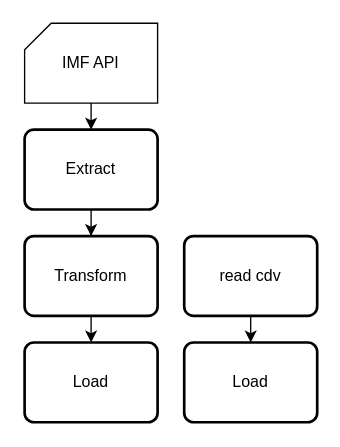
Before: page "페이지-2" (2 of 2) of W1/M3/etl flow chart.drawio in tlsdbstjr/DataEngineering, a draw.io diagram. Source tidied: cells renumbered, new cells numbered last; positions are measured from the earlier drawing's top-left corner, leaving out a move shared by most shapes. Both pictures are drawn from the tidied source at 133%, with x=0, y=0 at pixel (24, 23).
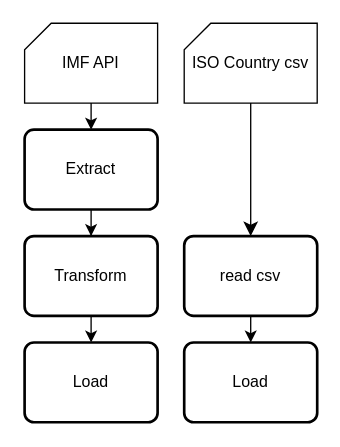
After the change.

Diff of the diagram source:
```diff
@@
 <mxGraphModel>
   <root>
     <mxCell id="0" />
     <mxCell id="1" parent="0" />
     <mxCell id="2" style="edgeStyle=orthogonalEdgeStyle;rounded=0;jettySize=auto;html=1;" parent="1" edge="1" source="3" target="5">
       <mxGeometry relative="1" as="geometry" />
     </mxCell>
     <mxCell id="3" value="Extract" style="rounded=1;whiteSpace=wrap;html=1;absoluteArcSize=1;arcSize=14;strokeWidth=2;" parent="1" vertex="1">
       <mxGeometry y="80" width="100" height="60" as="geometry" />
     </mxCell>
     <mxCell id="4" style="edgeStyle=orthogonalEdgeStyle;rounded=0;jettySize=auto;html=1;exitX=0.5;exitY=1;exitDx=0;exitDy=0;entryX=0.5;entryY=0;entryDx=0;entryDy=0;" parent="1" edge="1" source="5" target="6">
       <mxGeometry relative="1" as="geometry" />
     </mxCell>
     <mxCell id="5" value="Transform" style="rounded=1;whiteSpace=wrap;html=1;absoluteArcSize=1;arcSize=14;strokeWidth=2;" parent="1" vertex="1">
       <mxGeometry y="160" width="100" height="60" as="geometry" />
     </mxCell>
     <mxCell id="6" value="Load" style="rounded=1;whiteSpace=wrap;html=1;absoluteArcSize=1;arcSize=14;strokeWidth=2;" parent="1" vertex="1">
       <mxGeometry y="240" width="100" height="60" as="geometry" />
     </mxCell>
     <mxCell id="7" style="edgeStyle=orthogonalEdgeStyle;rounded=0;jettySize=auto;html=1;exitX=0.5;exitY=1;exitDx=0;exitDy=0;entryX=0.5;entryY=0;entryDx=0;entryDy=0;" parent="1" edge="1" source="8" target="9">
       <mxGeometry relative="1" as="geometry" />
     </mxCell>
-    <mxCell id="8" value="read cdv" style="rounded=1;whiteSpace=wrap;html=1;absoluteArcSize=1;arcSize=14;strokeWidth=2;" parent="1" vertex="1">
+    <mxCell id="8" value="read csv" style="rounded=1;whiteSpace=wrap;html=1;absoluteArcSize=1;arcSize=14;strokeWidth=2;" parent="1" vertex="1">
       <mxGeometry x="120" y="160" width="100" height="60" as="geometry" />
     </mxCell>
     <mxCell id="9" value="Load" style="rounded=1;whiteSpace=wrap;html=1;absoluteArcSize=1;arcSize=14;strokeWidth=2;" parent="1" vertex="1">
       <mxGeometry x="120" y="240" width="100" height="60" as="geometry" />
     </mxCell>
     <mxCell id="10" style="edgeStyle=orthogonalEdgeStyle;rounded=0;jettySize=auto;html=1;exitX=0.5;exitY=1;exitDx=0;exitDy=0;exitPerimeter=0;entryX=0.5;entryY=0;entryDx=0;entryDy=0;" parent="1" edge="1" source="11" target="3">
       <mxGeometry relative="1" as="geometry" />
     </mxCell>
     <mxCell id="11" value="IMF API" style="verticalLabelPosition=middle;verticalAlign=middle;html=1;shape=card;whiteSpace=wrap;size=20;arcSize=12;labelPosition=center;align=center;" parent="1" vertex="1">
       <mxGeometry width="100" height="60" as="geometry" />
     </mxCell>
+    <mxCell id="12" style="edgeStyle=none;curved=1;rounded=0;jettySize=auto;html=1;exitX=0.5;exitY=1;exitDx=0;exitDy=0;exitPerimeter=0;entryX=0.5;entryY=0;entryDx=0;entryDy=0;fontSize=12;startSize=8;endSize=8;" parent="1" edge="1" source="13" target="8">
+      <mxGeometry relative="1" as="geometry" />
+    </mxCell>
+    <mxCell id="13" value="ISO Country csv" style="verticalLabelPosition=middle;verticalAlign=middle;html=1;shape=card;whiteSpace=wrap;size=20;arcSize=12;labelPosition=center;align=center;" parent="1" vertex="1">
+      <mxGeometry x="120" width="100" height="60" as="geometry" />
+    </mxCell>
   </root>
 </mxGraphModel>
```
